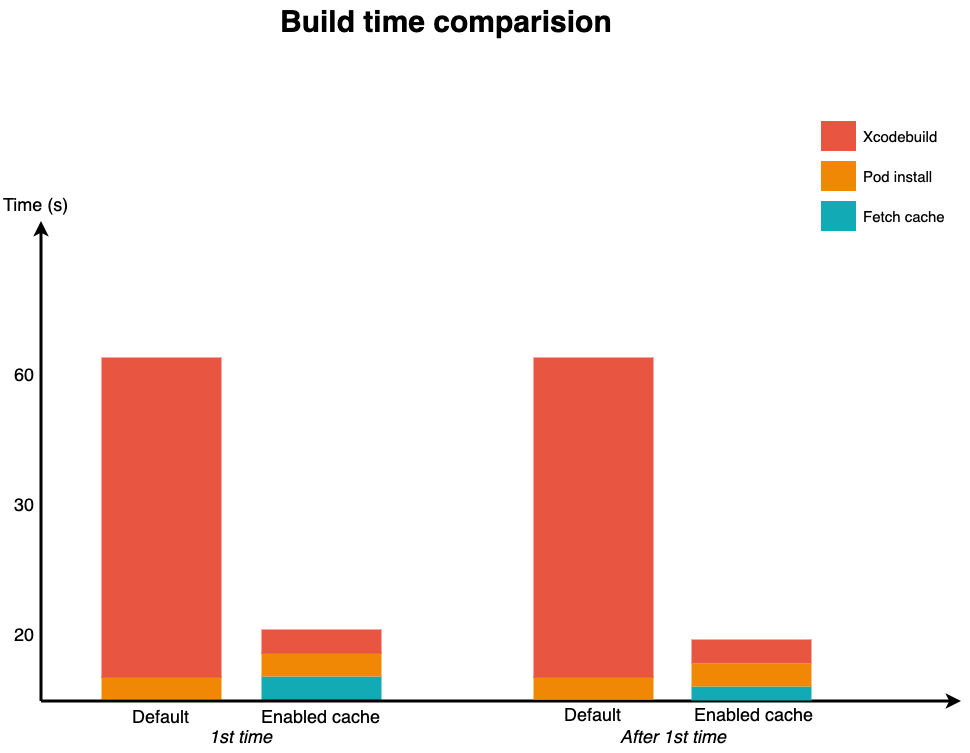
grab/cocoapods-binary-cache keeps this draw.io diagram as images/Buildtime-comparision.png. Above is the earlier version. Source tidied: cells renumbered, new cells last; positions are measured from the earlier drawing's top-left corner, leaving out a move shared by most shapes.
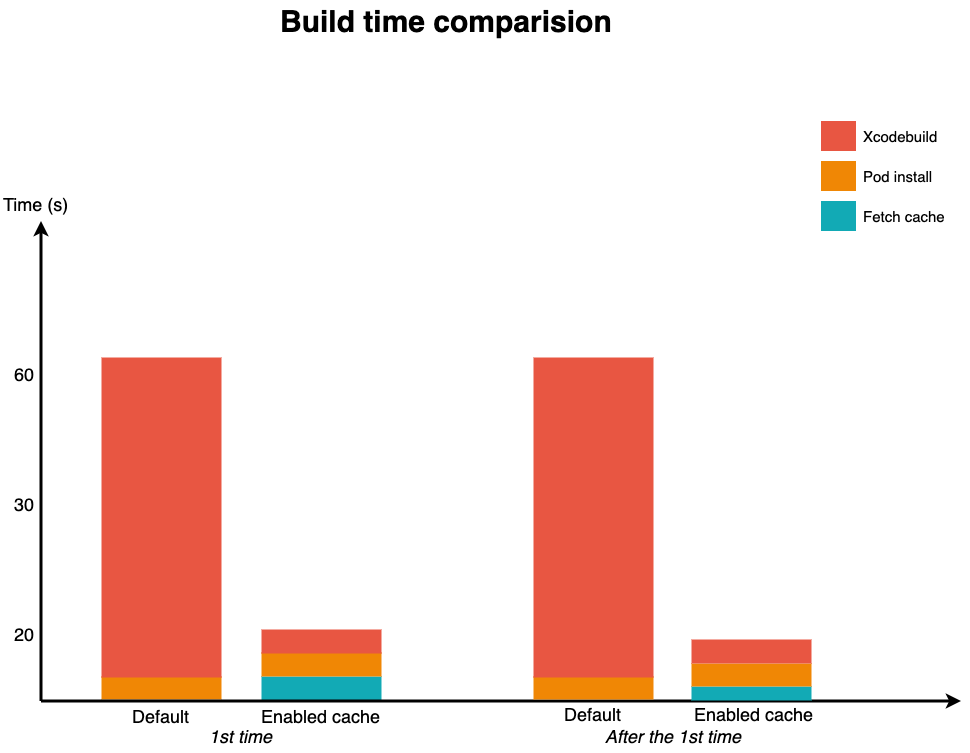
After the commit.

Diff of the diagram source:
```diff
@@ -89,7 +89,7 @@
     <mxCell id="28" value="&lt;i&gt;1st time&lt;/i&gt;" style="text;spacingTop=-5;align=center;verticalAlign=middle;fontStyle=0;html=1;fontSize=18;fontColor=#000000;strokeColor=none;" parent="1" vertex="1">
       <mxGeometry x="179.5" y="722.5" width="120" height="30" as="geometry" />
     </mxCell>
-    <mxCell id="29" value="&lt;i&gt;After 1st time&lt;/i&gt;" style="text;spacingTop=-5;align=center;verticalAlign=middle;fontStyle=0;html=1;fontSize=18;fontColor=#000000;strokeColor=none;" parent="1" vertex="1">
+    <mxCell id="29" value="&lt;i&gt;After the 1st time&lt;/i&gt;" style="text;spacingTop=-5;align=center;verticalAlign=middle;fontStyle=0;html=1;fontSize=18;fontColor=#000000;strokeColor=none;" parent="1" vertex="1">
       <mxGeometry x="612" y="722.5" width="120" height="30" as="geometry" />
     </mxCell>
     <mxCell id="30" style="whiteSpace=wrap;fillColor=#E85642;gradientColor=none;gradientDirection=east;strokeColor=none;html=1;fontColor=#23445d;" parent="1" vertex="1">
```
